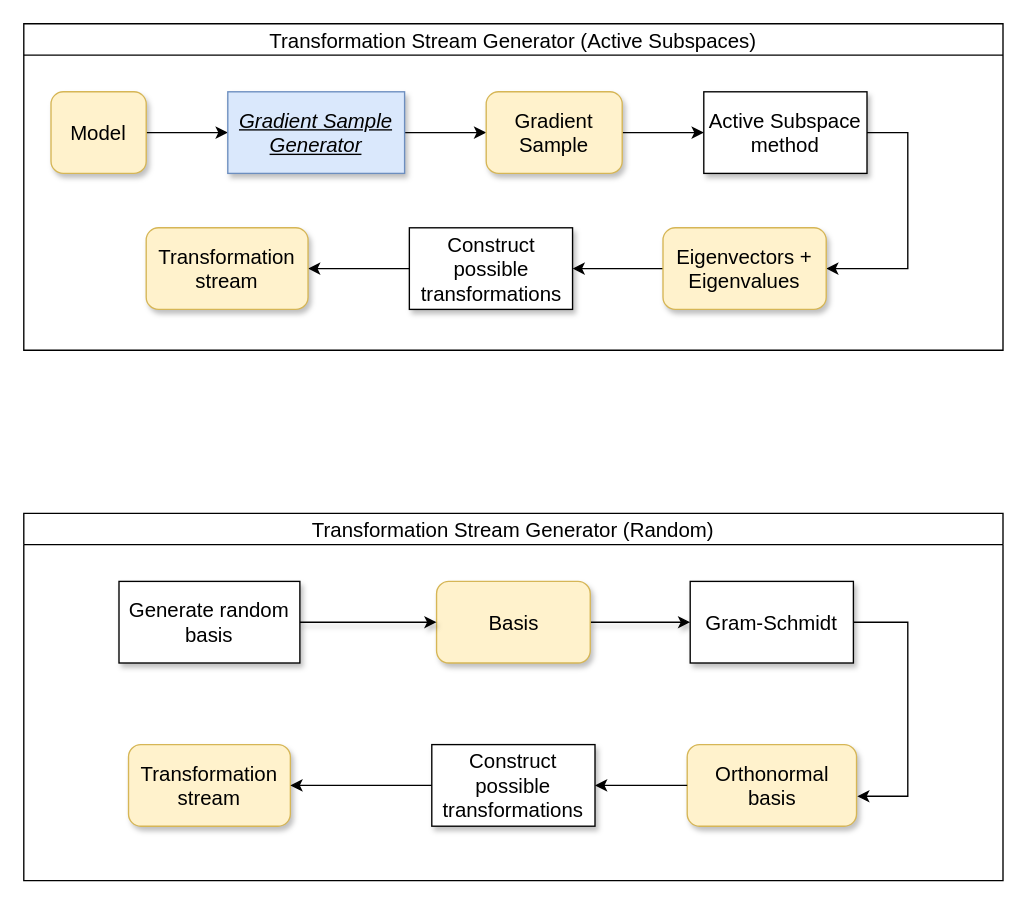
Before: graphics/TransformationStreamGen.drawio in crschnick/Master-Thesis, a draw.io diagram. Source tidied: cells renumbered, new cells numbered last; positions are measured from the earlier drawing's top-left corner, leaving out a move shared by most shapes. Both pictures are drawn from the tidied source at 136%, with x=0, y=0 at pixel (23, 23).
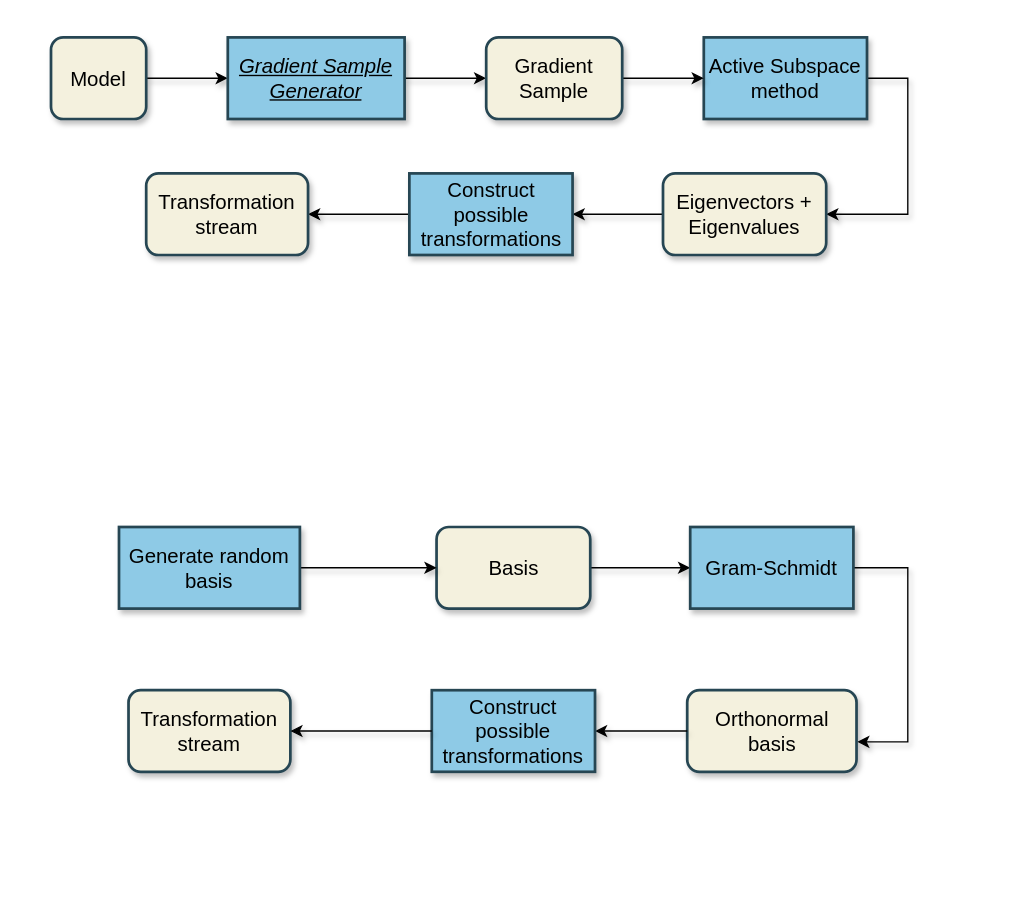
After the change.

The edit, as a diff of the source:
```diff
@@
-    <mxCell id="2" value="Transformation Stream Generator (Active Subspaces)" style="swimlane;sketch=0;fontSize=15;fontStyle=0;" parent="1" vertex="1">
-      <mxGeometry width="720" height="240" as="geometry" />
+    <mxCell id="2" style="swimlane;sketch=0;fontSize=15;fontStyle=0;strokeColor=none;fillColor=none;" parent="1" vertex="1">
+      <mxGeometry width="720" height="190" as="geometry" />
     </mxCell>
-    <mxCell id="3" style="edgeStyle=orthogonalEdgeStyle;rounded=0;jettySize=auto;html=1;entryX=0;entryY=0.5;entryDx=0;entryDy=0;fontSize=15;" parent="2" edge="1" source="4" target="6">
+    <mxCell id="3" style="edgeStyle=orthogonalEdgeStyle;rounded=0;jettySize=auto;html=1;entryX=0;entryY=0.5;entryDx=0;entryDy=0;fontSize=15;shadow=1;" parent="2" edge="1" source="4" target="6">
       <mxGeometry relative="1" as="geometry" />
     </mxCell>
-    <mxCell id="4" value="&lt;font style=&quot;font-size: 15px&quot;&gt;Model&lt;/font&gt;" style="rounded=1;whiteSpace=wrap;html=1;fontSize=15;fillColor=#fff2cc;strokeColor=#d6b656;shadow=1;" parent="2" vertex="1">
-      <mxGeometry x="20" y="50" width="70" height="60" as="geometry" />
+    <mxCell id="4" value="&lt;font style=&quot;font-size: 15px&quot;&gt;Model&lt;/font&gt;" style="rounded=1;whiteSpace=wrap;html=1;sketch=0;fillColor=#f4f1de;fontSize=15;shadow=1;strokeColor=#264653;strokeWidth=2;" parent="2" vertex="1">
+      <mxGeometry x="20" y="10" width="70" height="60" as="geometry" />
     </mxCell>
-    <mxCell id="5" style="edgeStyle=orthogonalEdgeStyle;rounded=0;jettySize=auto;html=1;entryX=0;entryY=0.5;entryDx=0;entryDy=0;fontSize=15;" parent="2" edge="1" source="6" target="12">
+    <mxCell id="5" style="edgeStyle=orthogonalEdgeStyle;rounded=0;jettySize=auto;html=1;entryX=0;entryY=0.5;entryDx=0;entryDy=0;fontSize=15;shadow=1;" parent="2" edge="1" source="6" target="12">
       <mxGeometry relative="1" as="geometry" />
     </mxCell>
-    <mxCell id="6" value="&lt;u style=&quot;font-size: 15px;&quot;&gt;&lt;i style=&quot;font-size: 15px;&quot;&gt;Gradient Sample Generator&lt;/i&gt;&lt;/u&gt;" style="rounded=0;whiteSpace=wrap;html=1;sketch=0;fontSize=15;shadow=1;fillColor=#dae8fc;strokeColor=#6c8ebf;" parent="2" vertex="1">
-      <mxGeometry x="150" y="50" width="130" height="60" as="geometry" />
+    <mxCell id="6" value="&lt;u style=&quot;font-size: 15px;&quot;&gt;&lt;i style=&quot;font-size: 15px;&quot;&gt;Gradient Sample Generator&lt;/i&gt;&lt;/u&gt;" style="rounded=0;whiteSpace=wrap;html=1;sketch=0;fontSize=15;shadow=1;strokeColor=#264653;strokeWidth=2;fillColor=#8ECAE6;" parent="2" vertex="1">
+      <mxGeometry x="150" y="10" width="130" height="60" as="geometry" />
     </mxCell>
-    <mxCell id="7" style="edgeStyle=orthogonalEdgeStyle;rounded=0;jettySize=auto;html=1;entryX=1;entryY=0.5;entryDx=0;entryDy=0;" parent="2" edge="1" source="8" target="10">
+    <mxCell id="7" style="edgeStyle=orthogonalEdgeStyle;rounded=0;jettySize=auto;html=1;entryX=1;entryY=0.5;entryDx=0;entryDy=0;shadow=1;" parent="2" edge="1" source="8" target="10">
       <mxGeometry relative="1" as="geometry">
         <Array as="points">
-          <mxPoint x="650" y="80" />
-          <mxPoint x="650" y="180" />
+          <mxPoint x="650" y="40" />
+          <mxPoint x="650" y="140" />
         </Array>
       </mxGeometry>
     </mxCell>
-    <mxCell id="8" value="&lt;div style=&quot;font-size: 15px;&quot;&gt;Active Subspace&lt;/div&gt;&lt;div style=&quot;font-size: 15px;&quot;&gt;method&lt;br style=&quot;font-size: 15px;&quot;&gt;&lt;/div&gt;" style="rounded=0;whiteSpace=wrap;html=1;sketch=0;fontSize=15;shadow=1;" parent="2" vertex="1">
-      <mxGeometry x="500" y="50" width="120" height="60" as="geometry" />
+    <mxCell id="8" value="&lt;div style=&quot;font-size: 15px;&quot;&gt;Active Subspace&lt;/div&gt;&lt;div style=&quot;font-size: 15px;&quot;&gt;method&lt;br style=&quot;font-size: 15px;&quot;&gt;&lt;/div&gt;" style="rounded=0;whiteSpace=wrap;html=1;sketch=0;fontSize=15;shadow=1;strokeColor=#264653;strokeWidth=2;fillColor=#8ECAE6;" parent="2" vertex="1">
+      <mxGeometry x="500" y="10" width="120" height="60" as="geometry" />
     </mxCell>
-    <mxCell id="9" style="edgeStyle=orthogonalEdgeStyle;rounded=0;jettySize=auto;html=1;entryX=1;entryY=0.5;entryDx=0;entryDy=0;" parent="2" edge="1" source="10" target="15">
+    <mxCell id="9" style="edgeStyle=orthogonalEdgeStyle;rounded=0;jettySize=auto;html=1;entryX=1;entryY=0.5;entryDx=0;entryDy=0;shadow=1;" parent="2" edge="1" source="10" target="15">
       <mxGeometry relative="1" as="geometry" />
     </mxCell>
-    <mxCell id="10" value="&lt;font style=&quot;font-size: 15px;&quot;&gt;Eigenvectors + Eigenvalues&lt;br style=&quot;font-size: 15px;&quot;&gt;&lt;/font&gt;" style="rounded=1;whiteSpace=wrap;html=1;sketch=0;fontSize=15;fillColor=#fff2cc;strokeColor=#d6b656;shadow=1;" parent="2" vertex="1">
-      <mxGeometry x="470" y="150" width="120" height="60" as="geometry" />
+    <mxCell id="10" value="&lt;font style=&quot;font-size: 15px;&quot;&gt;Eigenvectors + Eigenvalues&lt;br style=&quot;font-size: 15px;&quot;&gt;&lt;/font&gt;" style="rounded=1;whiteSpace=wrap;html=1;sketch=0;fillColor=#f4f1de;fontSize=15;shadow=1;strokeColor=#264653;strokeWidth=2;" parent="2" vertex="1">
+      <mxGeometry x="470" y="110" width="120" height="60" as="geometry" />
     </mxCell>
-    <mxCell id="11" style="edgeStyle=orthogonalEdgeStyle;rounded=0;jettySize=auto;html=1;entryX=0;entryY=0.5;entryDx=0;entryDy=0;fontSize=15;" parent="2" edge="1" source="12" target="8">
+    <mxCell id="11" style="edgeStyle=orthogonalEdgeStyle;rounded=0;jettySize=auto;html=1;entryX=0;entryY=0.5;entryDx=0;entryDy=0;fontSize=15;shadow=1;" parent="2" edge="1" source="12" target="8">
       <mxGeometry relative="1" as="geometry" />
     </mxCell>
-    <mxCell id="12" value="&lt;font style=&quot;font-size: 15px;&quot;&gt;Gradient Sample&lt;br style=&quot;font-size: 15px;&quot;&gt;&lt;/font&gt;" style="rounded=1;whiteSpace=wrap;html=1;fontSize=15;fillColor=#fff2cc;strokeColor=#d6b656;shadow=1;" parent="2" vertex="1">
-      <mxGeometry x="340" y="50" width="100" height="60" as="geometry" />
+    <mxCell id="12" value="&lt;font style=&quot;font-size: 15px;&quot;&gt;Gradient Sample&lt;br style=&quot;font-size: 15px;&quot;&gt;&lt;/font&gt;" style="rounded=1;whiteSpace=wrap;html=1;sketch=0;fillColor=#f4f1de;fontSize=15;shadow=1;strokeColor=#264653;strokeWidth=2;" parent="2" vertex="1">
+      <mxGeometry x="340" y="10" width="100" height="60" as="geometry" />
     </mxCell>
-    <mxCell id="13" style="edgeStyle=orthogonalEdgeStyle;rounded=0;jettySize=auto;html=1;entryX=1;entryY=0.5;entryDx=0;entryDy=0;exitX=0;exitY=0.5;exitDx=0;exitDy=0;" parent="2" edge="1" source="15" target="14">
+    <mxCell id="13" style="edgeStyle=orthogonalEdgeStyle;rounded=0;jettySize=auto;html=1;entryX=1;entryY=0.5;entryDx=0;entryDy=0;exitX=0;exitY=0.5;exitDx=0;exitDy=0;shadow=1;" parent="2" edge="1" source="15" target="14">
       <mxGeometry relative="1" as="geometry" />
     </mxCell>
-    <mxCell id="14" value="&lt;font style=&quot;font-size: 15px&quot;&gt;Transformation stream&lt;/font&gt;" style="rounded=1;whiteSpace=wrap;html=1;fontSize=15;fillColor=#fff2cc;strokeColor=#d6b656;shadow=1;" parent="2" vertex="1">
-      <mxGeometry x="90" y="150" width="119" height="60" as="geometry" />
+    <mxCell id="14" value="&lt;font style=&quot;font-size: 15px&quot;&gt;Transformation stream&lt;/font&gt;" style="rounded=1;whiteSpace=wrap;html=1;sketch=0;fillColor=#f4f1de;fontSize=15;shadow=1;strokeColor=#264653;strokeWidth=2;" parent="2" vertex="1">
+      <mxGeometry x="90" y="110" width="119" height="60" as="geometry" />
     </mxCell>
-    <mxCell id="15" value="&lt;div style=&quot;font-size: 15px&quot;&gt;Construct possible transformations&lt;/div&gt;" style="rounded=0;whiteSpace=wrap;html=1;sketch=0;fontSize=15;shadow=1;" parent="2" vertex="1">
-      <mxGeometry x="283.5" y="150" width="120" height="60" as="geometry" />
+    <mxCell id="15" value="&lt;div style=&quot;font-size: 15px&quot;&gt;Construct possible transformations&lt;/div&gt;" style="rounded=0;whiteSpace=wrap;html=1;sketch=0;fontSize=15;shadow=1;strokeColor=#264653;strokeWidth=2;fillColor=#8ECAE6;" parent="2" vertex="1">
+      <mxGeometry x="283.5" y="110" width="120" height="60" as="geometry" />
     </mxCell>
-    <mxCell id="16" value="Transformation Stream Generator (Random)" style="swimlane;sketch=0;fontSize=15;fontStyle=0;" parent="1" vertex="1">
-      <mxGeometry y="360" width="720" height="270" as="geometry" />
+    <mxCell id="16" style="swimlane;sketch=0;fontSize=15;fontStyle=0;fillColor=none;strokeColor=none;" parent="1" vertex="1">
+      <mxGeometry y="360" width="720" height="210" as="geometry" />
     </mxCell>
@@
-    <mxCell id="18" value="&lt;div style=&quot;font-size: 15px;&quot;&gt;&lt;font style=&quot;font-size: 15px;&quot;&gt;Basis&lt;/font&gt;&lt;/div&gt;" style="rounded=1;whiteSpace=wrap;html=1;fillColor=#fff2cc;strokeColor=#d6b656;fontSize=15;shadow=1;" parent="16" vertex="1">
-      <mxGeometry x="303.5" y="50" width="113" height="60" as="geometry" />
+    <mxCell id="18" value="&lt;div style=&quot;font-size: 15px;&quot;&gt;&lt;font style=&quot;font-size: 15px;&quot;&gt;Basis&lt;/font&gt;&lt;/div&gt;" style="rounded=1;whiteSpace=wrap;html=1;sketch=0;fillColor=#f4f1de;fontSize=15;shadow=1;strokeColor=#264653;strokeWidth=2;" parent="16" vertex="1">
+      <mxGeometry x="303.5" y="10" width="113" height="60" as="geometry" />
     </mxCell>
-    <mxCell id="19" style="edgeStyle=orthogonalEdgeStyle;rounded=0;jettySize=auto;html=1;entryX=1.004;entryY=0.633;entryDx=0;entryDy=0;entryPerimeter=0;" parent="16" edge="1" source="20" target="23">
+    <mxCell id="19" style="edgeStyle=orthogonalEdgeStyle;rounded=0;jettySize=auto;html=1;entryX=1.004;entryY=0.633;entryDx=0;entryDy=0;entryPerimeter=0;shadow=1;" parent="16" edge="1" source="20" target="23">
       <mxGeometry relative="1" as="geometry">
         <Array as="points">
-          <mxPoint x="650" y="80" />
-          <mxPoint x="650" y="208" />
+          <mxPoint x="650" y="40" />
+          <mxPoint x="650" y="168" />
         </Array>
       </mxGeometry>
     </mxCell>
-    <mxCell id="20" value="Gram-Schmidt" style="rounded=0;whiteSpace=wrap;html=1;sketch=0;fontSize=15;shadow=1;" parent="16" vertex="1">
-      <mxGeometry x="490" y="50" width="120" height="60" as="geometry" />
+    <mxCell id="20" value="Gram-Schmidt" style="rounded=0;whiteSpace=wrap;html=1;sketch=0;fontSize=15;shadow=1;strokeColor=#264653;strokeWidth=2;fillColor=#8ECAE6;" parent="16" vertex="1">
+      <mxGeometry x="490" y="10" width="120" height="60" as="geometry" />
     </mxCell>
@@
-    <mxCell id="22" value="Generate random basis" style="rounded=0;whiteSpace=wrap;html=1;sketch=0;fontSize=15;shadow=1;" parent="16" vertex="1">
-      <mxGeometry x="70" y="50" width="133" height="60" as="geometry" />
+    <mxCell id="22" value="Generate random basis" style="rounded=0;whiteSpace=wrap;html=1;sketch=0;fontSize=15;shadow=1;strokeColor=#264653;strokeWidth=2;fillColor=#8ECAE6;" parent="16" vertex="1">
+      <mxGeometry x="70" y="10" width="133" height="60" as="geometry" />
     </mxCell>
-    <mxCell id="23" value="&lt;div style=&quot;font-size: 15px;&quot;&gt;&lt;font style=&quot;font-size: 15px;&quot;&gt;Orthonormal&lt;/font&gt;&lt;/div&gt;&lt;div style=&quot;font-size: 15px;&quot;&gt;&lt;font style=&quot;font-size: 15px;&quot;&gt;basis&lt;/font&gt;&lt;/div&gt;" style="rounded=1;whiteSpace=wrap;html=1;fillColor=#fff2cc;strokeColor=#d6b656;fontSize=15;shadow=1;" parent="16" vertex="1">
-      <mxGeometry x="487.8" y="170" width="124.5" height="60" as="geometry" />
+    <mxCell id="23" value="&lt;div style=&quot;font-size: 15px;&quot;&gt;&lt;font style=&quot;font-size: 15px;&quot;&gt;Orthonormal&lt;/font&gt;&lt;/div&gt;&lt;div style=&quot;font-size: 15px;&quot;&gt;&lt;font style=&quot;font-size: 15px;&quot;&gt;basis&lt;/font&gt;&lt;/div&gt;" style="rounded=1;whiteSpace=wrap;html=1;sketch=0;fillColor=#f4f1de;fontSize=15;shadow=1;strokeColor=#264653;strokeWidth=2;" parent="16" vertex="1">
+      <mxGeometry x="487.8" y="130" width="124.5" height="60" as="geometry" />
     </mxCell>
-    <mxCell id="24" style="edgeStyle=orthogonalEdgeStyle;rounded=0;jettySize=auto;html=1;entryX=1;entryY=0.5;entryDx=0;entryDy=0;exitX=0;exitY=0.5;exitDx=0;exitDy=0;" parent="16" edge="1" source="23" target="26">
+    <mxCell id="24" style="edgeStyle=orthogonalEdgeStyle;rounded=0;jettySize=auto;html=1;entryX=1;entryY=0.5;entryDx=0;entryDy=0;exitX=0;exitY=0.5;exitDx=0;exitDy=0;shadow=1;" parent="16" edge="1" source="23" target="26">
       <mxGeometry relative="1" as="geometry" />
     </mxCell>
-    <mxCell id="25" value="&lt;font style=&quot;font-size: 15px&quot;&gt;Transformation stream&lt;/font&gt;" style="rounded=1;whiteSpace=wrap;html=1;fontSize=15;fillColor=#fff2cc;strokeColor=#d6b656;shadow=1;" parent="16" vertex="1">
-      <mxGeometry x="77" y="170" width="119" height="60" as="geometry" />
+    <mxCell id="25" value="&lt;font style=&quot;font-size: 15px&quot;&gt;Transformation stream&lt;/font&gt;" style="rounded=1;whiteSpace=wrap;html=1;sketch=0;fillColor=#f4f1de;fontSize=15;shadow=1;strokeColor=#264653;strokeWidth=2;" parent="16" vertex="1">
+      <mxGeometry x="77" y="130" width="119" height="60" as="geometry" />
     </mxCell>
-    <mxCell id="26" value="&lt;div style=&quot;font-size: 15px&quot;&gt;Construct possible transformations&lt;/div&gt;" style="rounded=0;whiteSpace=wrap;html=1;sketch=0;fontSize=15;shadow=1;" parent="16" vertex="1">
-      <mxGeometry x="300" y="170" width="120" height="60" as="geometry" />
+    <mxCell id="26" value="&lt;div style=&quot;font-size: 15px&quot;&gt;Construct possible transformations&lt;/div&gt;" style="rounded=0;whiteSpace=wrap;html=1;sketch=0;fontSize=15;shadow=1;strokeColor=#264653;strokeWidth=2;fillColor=#8ECAE6;" parent="16" vertex="1">
+      <mxGeometry x="300" y="130" width="120" height="60" as="geometry" />
     </mxCell>
-    <mxCell id="27" style="edgeStyle=orthogonalEdgeStyle;rounded=0;jettySize=auto;html=1;entryX=1;entryY=0.5;entryDx=0;entryDy=0;exitX=0;exitY=0.5;exitDx=0;exitDy=0;" parent="16" edge="1" source="26" target="25">
+    <mxCell id="27" style="edgeStyle=orthogonalEdgeStyle;rounded=0;jettySize=auto;html=1;entryX=1;entryY=0.5;entryDx=0;entryDy=0;exitX=0;exitY=0.5;exitDx=0;exitDy=0;shadow=1;" parent="16" edge="1" source="26" target="25">
       <mxGeometry relative="1" as="geometry" />
     </mxCell>
```
